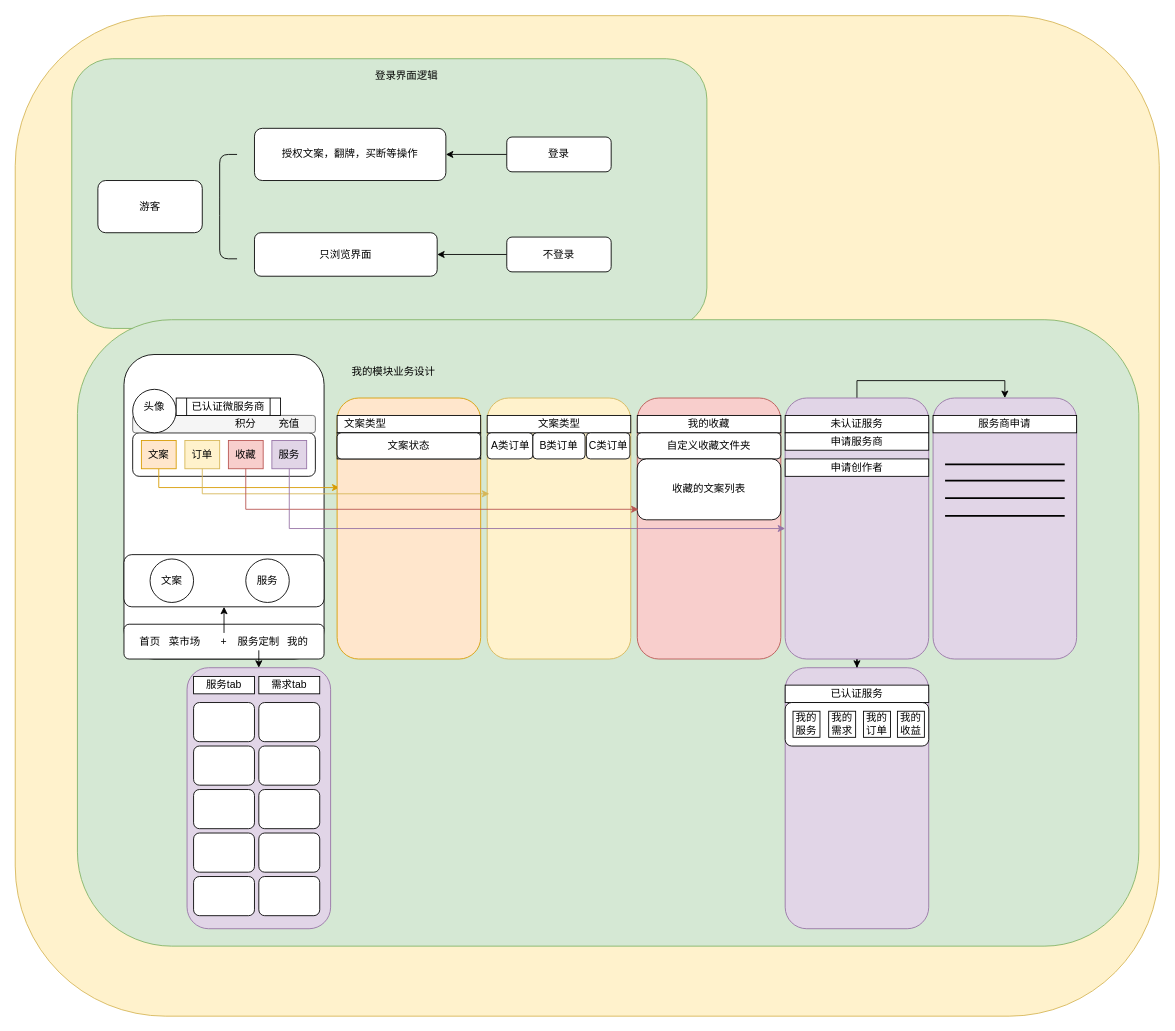
Above: Untitled Diagram.drawio in Raox1ngj1ng/mydraw (draw.io), before the change. Source tidied: cells renumbered, new cells numbered last; positions are measured from the earlier drawing's top-left corner, leaving out a move shared by most shapes. Both pictures are drawn from the tidied source at 87%, with x=0, y=0 at pixel (15, 15).
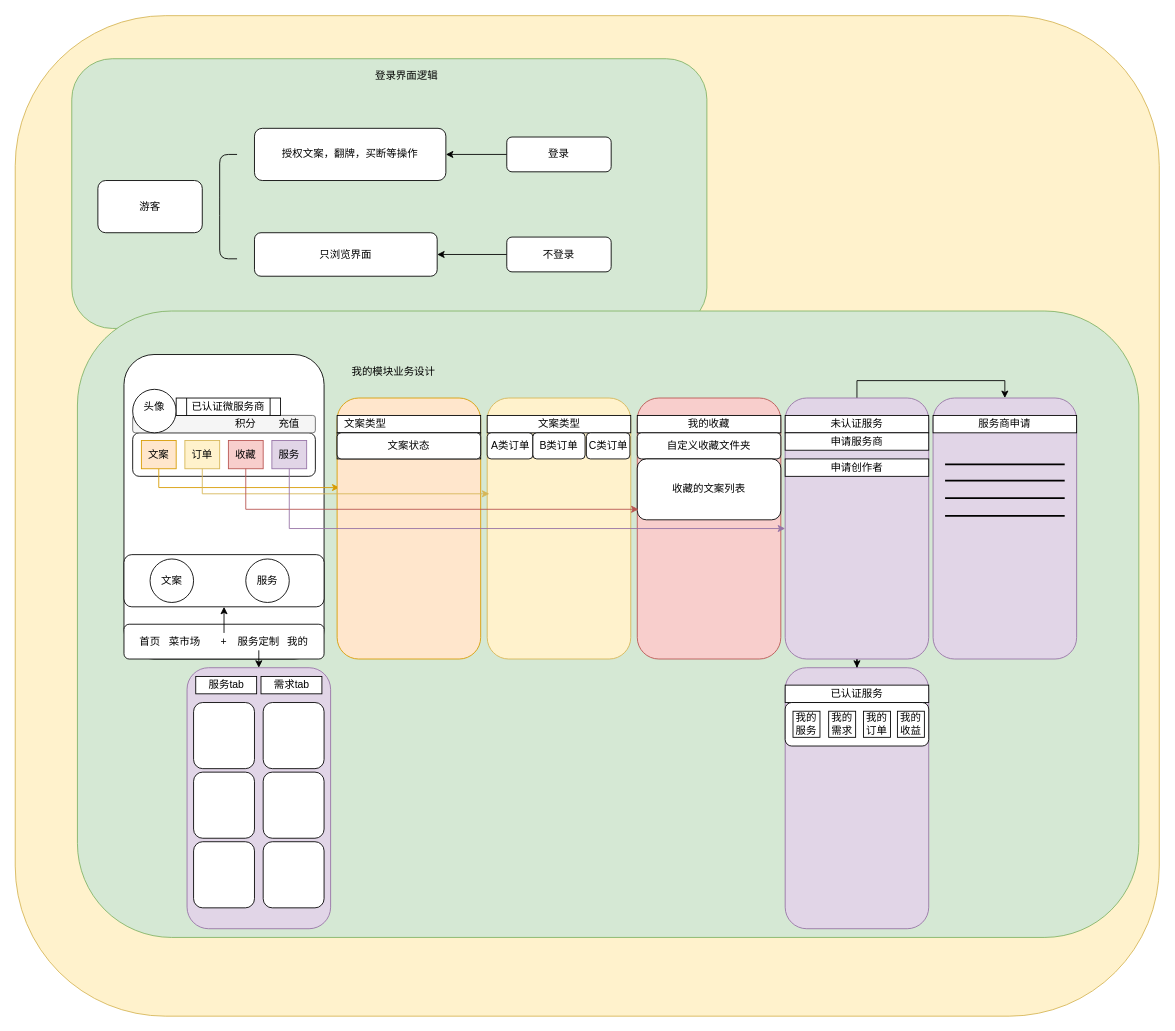
The same diagram, later.

Commit message:
服务定制设计

Change to the diagram source:
```diff
@@
     <mxCell id="13" style="rounded=1;whiteSpace=wrap;html=1;strokeWidth=1;fillColor=#d5e8d4;strokeColor=#82b366;" parent="1" vertex="1">
-      <mxGeometry x="71.5" y="350" width="1220" height="720" as="geometry" />
+      <mxGeometry x="71.5" y="340" width="1220" height="720" as="geometry" />
     </mxCell>
@@
     <mxCell id="79" value="服务tab" style="rounded=0;whiteSpace=wrap;html=1;" parent="1" vertex="1">
-      <mxGeometry x="205" y="760" width="70" height="20" as="geometry" />
+      <mxGeometry x="207.5" y="760" width="70" height="20" as="geometry" />
     </mxCell>
     <mxCell id="80" value="需求tab" style="rounded=0;whiteSpace=wrap;html=1;" parent="1" vertex="1">
-      <mxGeometry x="280" y="760" width="70" height="20" as="geometry" />
+      <mxGeometry x="282.5" y="760" width="70" height="20" as="geometry" />
     </mxCell>
-    <mxCell id="81" style="rounded=1;whiteSpace=wrap;html=1;" parent="1" vertex="1">
-      <mxGeometry x="205" y="790" width="70" height="45" as="geometry" />
-    </mxCell>
-    <mxCell id="82" style="rounded=1;whiteSpace=wrap;html=1;" parent="1" vertex="1">
-      <mxGeometry x="280" y="790" width="70" height="45" as="geometry" />
-    </mxCell>
-    <mxCell id="83" style="rounded=1;whiteSpace=wrap;html=1;" parent="1" vertex="1">
-      <mxGeometry x="205" y="840" width="70" height="45" as="geometry" />
-    </mxCell>
-    <mxCell id="84" style="rounded=1;whiteSpace=wrap;html=1;" parent="1" vertex="1">
-      <mxGeometry x="280" y="840" width="70" height="45" as="geometry" />
-    </mxCell>
-    <mxCell id="85" style="rounded=1;whiteSpace=wrap;html=1;" parent="1" vertex="1">
-      <mxGeometry x="205" y="890" width="70" height="45" as="geometry" />
-    </mxCell>
-    <mxCell id="86" style="rounded=1;whiteSpace=wrap;html=1;" parent="1" vertex="1">
-      <mxGeometry x="280" y="890" width="70" height="45" as="geometry" />
-    </mxCell>
-    <mxCell id="87" style="rounded=1;whiteSpace=wrap;html=1;" parent="1" vertex="1">
-      <mxGeometry x="205" y="940" width="70" height="45" as="geometry" />
-    </mxCell>
-    <mxCell id="88" style="rounded=1;whiteSpace=wrap;html=1;" parent="1" vertex="1">
-      <mxGeometry x="280" y="940" width="70" height="45" as="geometry" />
-    </mxCell>
-    <mxCell id="89" style="rounded=1;whiteSpace=wrap;html=1;" parent="1" vertex="1">
-      <mxGeometry x="205" y="990" width="70" height="45" as="geometry" />
-    </mxCell>
-    <mxCell id="90" style="rounded=1;whiteSpace=wrap;html=1;" parent="1" vertex="1">
-      <mxGeometry x="280" y="990" width="70" height="45" as="geometry" />
-    </mxCell>
+    <mxCell id="91" style="rounded=1;whiteSpace=wrap;html=1;" parent="1" vertex="1">
+      <mxGeometry x="205" y="870" width="70" height="76" as="geometry" />
+    </mxCell>
+    <mxCell id="92" style="rounded=1;whiteSpace=wrap;html=1;" parent="1" vertex="1">
+      <mxGeometry x="285" y="870" width="70" height="76" as="geometry" />
+    </mxCell>
+    <mxCell id="93" style="rounded=1;whiteSpace=wrap;html=1;" parent="1" vertex="1">
+      <mxGeometry x="205" y="790" width="70" height="76" as="geometry" />
+    </mxCell>
+    <mxCell id="94" style="rounded=1;whiteSpace=wrap;html=1;" parent="1" vertex="1">
+      <mxGeometry x="285" y="790" width="70" height="76" as="geometry" />
+    </mxCell>
+    <mxCell id="95" style="rounded=1;whiteSpace=wrap;html=1;" parent="1" vertex="1">
+      <mxGeometry x="205" y="950" width="70" height="76" as="geometry" />
+    </mxCell>
+    <mxCell id="96" style="rounded=1;whiteSpace=wrap;html=1;" parent="1" vertex="1">
+      <mxGeometry x="285" y="950" width="70" height="76" as="geometry" />
+    </mxCell>
```
